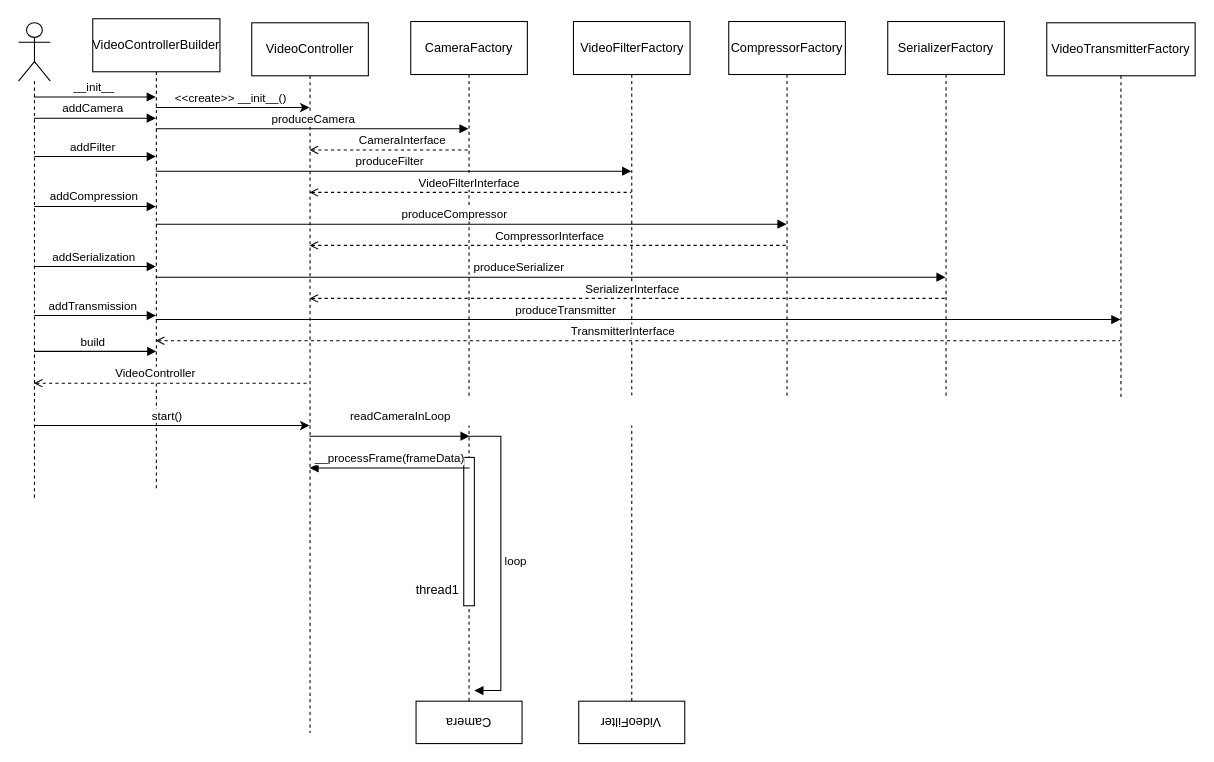
Before: page "Sequence-Diagram" (2 of 2) of Video/Architecture/Video_Architecture.drawio in Uhgtred/HomeExplorer, a draw.io diagram. Source tidied: cells renumbered, new cells numbered last; positions are measured from the earlier drawing's top-left corner, leaving out a move shared by most shapes. Both pictures are drawn from the tidied source at 106%, with x=0, y=0 at pixel (18, 18).
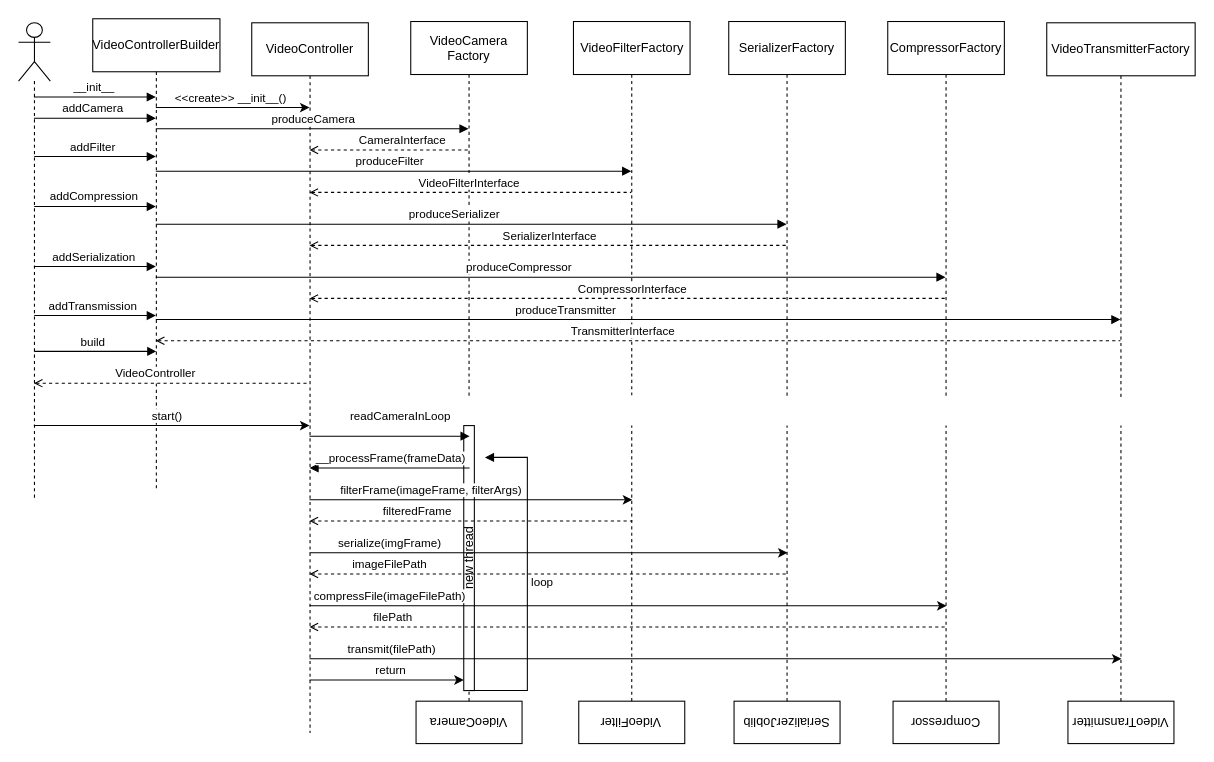
After the change.

The change refers to these unchanged cells:
```xml
<mxCell id="2" value="VideoController" style="shape=umlLifeline;perimeter=lifelinePerimeter;whiteSpace=wrap;html=1;outlineConnect=0;size=50;" parent="1" vertex="1">
  <mxGeometry x="220" y="4" width="110" height="670" as="geometry" />
</mxCell>
<mxCell id="31" style="endArrow=block;html=1;rounded=0;endFill=1;" parent="1" edge="1" source="10" target="6">
  <mxGeometry relative="1" as="geometry">
    <Array as="points">
      <mxPoint x="200" y="194" />
    </Array>
  </mxGeometry>
</mxCell>
<mxCell id="33" style="endArrow=none;dashed=1;html=1;rounded=0;startArrow=open;startFill=0;" parent="1" edge="1" source="2" target="6">
  <mxGeometry relative="1" as="geometry">
    <Array as="points">
      <mxPoint x="520" y="214" />
    </Array>
  </mxGeometry>
</mxCell>
<mxCell id="35" style="endArrow=block;html=1;rounded=0;endFill=1;" parent="1" edge="1" source="10" target="8">
  <mxGeometry relative="1" as="geometry">
    <Array as="points">
      <mxPoint x="340" y="244" />
      <mxPoint x="820" y="244" />
    </Array>
  </mxGeometry>
</mxCell>
<mxCell id="39" style="endArrow=none;dashed=1;html=1;rounded=0;startArrow=open;startFill=0;" parent="1" edge="1" source="2" target="8">
  <mxGeometry relative="1" as="geometry">
    <Array as="points">
      <mxPoint x="510" y="264" />
    </Array>
  </mxGeometry>
</mxCell>
<mxCell id="54" value="VideoFilter" style="shape=umlLifeline;perimeter=lifelinePerimeter;whiteSpace=wrap;html=1;outlineConnect=0;rotation=-180;" parent="1" vertex="1">
  <mxGeometry x="528.5" y="384" width="100" height="300" as="geometry" />
</mxCell>
<mxCell id="55" style="endArrow=none;startArrow=block;endFill=0;startFill=1;html=1;rounded=0;" parent="1" edge="1" source="2" target="49">
  <mxGeometry relative="1" as="geometry">
    <Array as="points">
      <mxPoint x="350" y="424" />
      <mxPoint x="410" y="424" />
    </Array>
  </mxGeometry>
</mxCell>
```

What changed in the source:
```diff
@@
-    <mxCell id="4" value="CameraFactory" style="shape=umlLifeline;perimeter=lifelinePerimeter;whiteSpace=wrap;html=1;outlineConnect=0;size=50;" parent="1" vertex="1">
+    <mxCell id="4" value="VideoCamera&lt;br&gt;Factory" style="shape=umlLifeline;perimeter=lifelinePerimeter;whiteSpace=wrap;html=1;outlineConnect=0;size=50;" parent="1" vertex="1">
       <mxGeometry x="370" y="2.8" width="110" height="355" as="geometry" />
     </mxCell>
@@
-    <mxCell id="6" value="CompressorFactory" style="shape=umlLifeline;perimeter=lifelinePerimeter;whiteSpace=wrap;html=1;outlineConnect=0;size=50;" parent="1" vertex="1">
+    <mxCell id="6" value="SerializerFactory" style="shape=umlLifeline;perimeter=lifelinePerimeter;whiteSpace=wrap;html=1;outlineConnect=0;size=50;" parent="1" vertex="1">
       <mxGeometry x="670" y="2.8" width="110" height="355" as="geometry" />
     </mxCell>
@@
-    <mxCell id="8" value="SerializerFactory" style="shape=umlLifeline;perimeter=lifelinePerimeter;whiteSpace=wrap;html=1;outlineConnect=0;size=50;" parent="1" vertex="1">
+    <mxCell id="8" value="CompressorFactory" style="shape=umlLifeline;perimeter=lifelinePerimeter;whiteSpace=wrap;html=1;outlineConnect=0;size=50;" parent="1" vertex="1">
       <mxGeometry x="820" y="2.8" width="110" height="355" as="geometry" />
     </mxCell>
@@
-    <mxCell id="32" value="produceCompressor" style="edgeLabel;html=1;align=center;verticalAlign=middle;" parent="31" vertex="1">
+    <mxCell id="32" value="produceSerializer" style="edgeLabel;html=1;align=center;verticalAlign=middle;" parent="31" vertex="1">
       <mxGeometry x="-0.64" y="-3" relative="1" as="geometry">
         <mxPoint x="174" y="-13" as="offset" />
       </mxGeometry>
     </mxCell>
@@
-    <mxCell id="34" value="CompressorInterface" style="edgeLabel;html=1;align=center;verticalAlign=middle;" parent="33" vertex="1">
+    <mxCell id="34" value="SerializerInterface" style="edgeLabel;html=1;align=center;verticalAlign=middle;" parent="33" vertex="1">
       <mxGeometry x="0.18" y="-1" relative="1" as="geometry">
         <mxPoint x="-40" y="-11" as="offset" />
       </mxGeometry>
     </mxCell>
@@
-    <mxCell id="36" value="produceSerializer" style="edgeLabel;html=1;align=center;verticalAlign=middle;" parent="35" vertex="1">
+    <mxCell id="36" value="produceCompressor" style="edgeLabel;html=1;align=center;verticalAlign=middle;" parent="35" vertex="1">
       <mxGeometry x="0.71" y="1" relative="1" as="geometry">
         <mxPoint x="-295" y="-9" as="offset" />
       </mxGeometry>
     </mxCell>
@@
-    <mxCell id="40" value="SerializerInterface" style="edgeLabel;html=1;align=center;verticalAlign=middle;" parent="39" vertex="1">
+    <mxCell id="40" value="CompressorInterface" style="edgeLabel;html=1;align=center;verticalAlign=middle;" parent="39" vertex="1">
       <mxGeometry x="0.15" y="1" relative="1" as="geometry">
         <mxPoint x="-41" y="-9" as="offset" />
       </mxGeometry>
     </mxCell>
@@
-    <mxCell id="49" value="Camera" style="shape=umlLifeline;perimeter=lifelinePerimeter;whiteSpace=wrap;html=1;outlineConnect=0;rotation=-180;" parent="1" vertex="1">
+    <mxCell id="49" value="VideoCamera" style="shape=umlLifeline;perimeter=lifelinePerimeter;whiteSpace=wrap;html=1;outlineConnect=0;rotation=-180;" parent="1" vertex="1">
       <mxGeometry x="375" y="384" width="100" height="300" as="geometry" />
     </mxCell>
-    <mxCell id="50" value="loop" style="edgeStyle=orthogonalEdgeStyle;html=1;align=left;spacingLeft=2;endArrow=block;rounded=0;" parent="49" edge="1">
-      <mxGeometry relative="1" as="geometry">
-        <mxPoint x="50" y="10" as="sourcePoint" />
-        <mxPoint x="55" y="250" as="targetPoint" />
-        <Array as="points">
-          <mxPoint x="80" y="10" />
-          <mxPoint x="80" y="250" />
-          <mxPoint x="55" y="250" />
-        </Array>
-      </mxGeometry>
-    </mxCell>
-    <mxCell id="51" style="html=1;perimeter=orthogonalPerimeter;" parent="49" vertex="1">
-      <mxGeometry x="45" y="30" width="10" height="140" as="geometry" />
+    <mxCell id="51" style="html=1;perimeter=orthogonalPerimeter;verticalAlign=middle;rotation=0;" parent="49" vertex="1">
+      <mxGeometry x="45" width="10" height="250" as="geometry" />
     </mxCell>
-    <mxCell id="52" value="thread1" style="text;html=1;align=center;verticalAlign=middle;strokeColor=none;fillColor=none;" parent="49" vertex="1">
-      <mxGeometry x="-10" y="140" width="60" height="30" as="geometry" />
-    </mxCell>
+    <mxCell id="57" value="new thread" style="text;html=1;strokeColor=none;fillColor=none;align=center;verticalAlign=middle;whiteSpace=wrap;rounded=0;rotation=-90;" parent="49" vertex="1">
+      <mxGeometry x="5" y="110" width="90" height="30" as="geometry" />
+    </mxCell>
@@
     <mxCell id="56" value="__processFrame(frameData)" style="edgeLabel;html=1;align=center;verticalAlign=middle;" parent="55" vertex="1">
       <mxGeometry x="-0.11" relative="1" as="geometry">
-        <mxPoint x="8" y="-10" as="offset" />
+        <mxPoint x="9" y="-10" as="offset" />
       </mxGeometry>
     </mxCell>
+    <mxCell id="50" value="loop" style="edgeStyle=orthogonalEdgeStyle;html=1;align=left;spacingLeft=2;endArrow=block;rounded=0;" parent="1" edge="1" source="49">
+      <mxGeometry relative="1" as="geometry">
+        <mxPoint x="440" y="414" as="targetPoint" />
+        <Array as="points">
+          <mxPoint x="480" y="634" />
+          <mxPoint x="480" y="414" />
+        </Array>
+      </mxGeometry>
+    </mxCell>
+    <mxCell id="58" style="endArrow=classic;html=1;rounded=0;" parent="1" edge="1" source="2" target="54">
+      <mxGeometry relative="1" as="geometry">
+        <Array as="points">
+          <mxPoint x="480" y="454" />
+        </Array>
+      </mxGeometry>
+    </mxCell>
+    <mxCell id="59" value="filterFrame(imageFrame, filterArgs)" style="edgeLabel;html=1;align=center;verticalAlign=middle;" parent="58" vertex="1">
+      <mxGeometry x="-0.25" relative="1" as="geometry">
+        <mxPoint y="-10" as="offset" />
+      </mxGeometry>
+    </mxCell>
+    <mxCell id="60" style="endArrow=none;dashed=1;html=1;rounded=0;startArrow=open;startFill=0;" parent="1" edge="1" source="2" target="54">
+      <mxGeometry relative="1" as="geometry">
+        <Array as="points">
+          <mxPoint x="400" y="474" />
+          <mxPoint x="520" y="474" />
+        </Array>
+      </mxGeometry>
+    </mxCell>
+    <mxCell id="61" value="filteredFrame" style="edgeLabel;html=1;align=center;verticalAlign=middle;" parent="60" vertex="1">
+      <mxGeometry x="0.23" y="-2" relative="1" as="geometry">
+        <mxPoint x="-86" y="-12" as="offset" />
+      </mxGeometry>
+    </mxCell>
+    <mxCell id="62" value="SerializerJoblib" style="shape=umlLifeline;perimeter=lifelinePerimeter;whiteSpace=wrap;html=1;outlineConnect=0;rotation=-180;" parent="1" vertex="1">
+      <mxGeometry x="675" y="384" width="100" height="300" as="geometry" />
+    </mxCell>
+    <mxCell id="63" style="endArrow=classic;html=1;rounded=0;" parent="1" edge="1" source="2" target="62">
+      <mxGeometry relative="1" as="geometry">
+        <Array as="points">
+          <mxPoint x="590" y="504" />
+        </Array>
+      </mxGeometry>
+    </mxCell>
+    <mxCell id="64" value="serialize(imgFrame)" style="edgeLabel;html=1;align=center;verticalAlign=middle;" parent="63" vertex="1">
+      <mxGeometry x="0.53" y="-3" relative="1" as="geometry">
+        <mxPoint x="-270" y="-13" as="offset" />
+      </mxGeometry>
+    </mxCell>
+    <mxCell id="65" style="endArrow=none;dashed=1;html=1;rounded=0;startArrow=open;startFill=0;" parent="1" edge="1" source="2" target="62">
+      <mxGeometry relative="1" as="geometry">
+        <Array as="points">
+          <mxPoint x="530" y="524" />
+        </Array>
+      </mxGeometry>
+    </mxCell>
+    <mxCell id="66" value="imageFilePath" style="edgeLabel;html=1;align=center;verticalAlign=middle;" parent="65" vertex="1">
+      <mxGeometry x="0.23" y="-1" relative="1" as="geometry">
+        <mxPoint x="-202" y="-11" as="offset" />
+      </mxGeometry>
+    </mxCell>
+    <mxCell id="67" style="endArrow=classic;html=1;rounded=0;" parent="1" edge="1" source="2" target="69">
+      <mxGeometry relative="1" as="geometry">
+        <Array as="points">
+          <mxPoint x="780" y="554" />
+        </Array>
+      </mxGeometry>
+    </mxCell>
+    <mxCell id="68" value="compressFile(imageFilePath)" style="edgeLabel;html=1;align=center;verticalAlign=middle;" parent="67" vertex="1">
+      <mxGeometry x="0.56" y="-2" relative="1" as="geometry">
+        <mxPoint x="-394" y="-12" as="offset" />
+      </mxGeometry>
+    </mxCell>
+    <mxCell id="69" value="Compressor" style="shape=umlLifeline;perimeter=lifelinePerimeter;whiteSpace=wrap;html=1;outlineConnect=0;rotation=-180;" parent="1" vertex="1">
+      <mxGeometry x="825" y="384" width="100" height="300" as="geometry" />
+    </mxCell>
+    <mxCell id="70" style="endArrow=none;dashed=1;html=1;rounded=0;startArrow=open;startFill=0;" parent="1" edge="1" source="2" target="69">
+      <mxGeometry relative="1" as="geometry">
+        <Array as="points">
+          <mxPoint x="660" y="574" />
+        </Array>
+      </mxGeometry>
+    </mxCell>
+    <mxCell id="71" value="filePath" style="edgeLabel;html=1;align=center;verticalAlign=middle;" parent="70" vertex="1">
+      <mxGeometry x="0.22" y="-2" relative="1" as="geometry">
+        <mxPoint x="-289" y="-12" as="offset" />
+      </mxGeometry>
+    </mxCell>
+    <mxCell id="72" style="endArrow=classic;html=1;rounded=0;" parent="1" edge="1" source="2" target="74">
+      <mxGeometry relative="1" as="geometry">
+        <Array as="points">
+          <mxPoint x="990" y="604" />
+        </Array>
+      </mxGeometry>
+    </mxCell>
+    <mxCell id="73" value="transmit(filePath)" style="edgeLabel;html=1;align=center;verticalAlign=middle;" parent="72" vertex="1">
+      <mxGeometry x="0.78" y="-2" relative="1" as="geometry">
+        <mxPoint x="-605" y="-12" as="offset" />
+      </mxGeometry>
+    </mxCell>
+    <mxCell id="74" value="VideoTransmitter" style="shape=umlLifeline;perimeter=lifelinePerimeter;whiteSpace=wrap;html=1;outlineConnect=0;rotation=-180;" parent="1" vertex="1">
+      <mxGeometry x="990" y="384" width="100" height="300" as="geometry" />
+    </mxCell>
+    <mxCell id="75" style="endArrow=classic;html=1;rounded=0;" parent="1" edge="1" source="2">
+      <mxGeometry relative="1" as="geometry">
+        <mxPoint x="420" y="624" as="targetPoint" />
+        <Array as="points">
+          <mxPoint x="390" y="624" />
+        </Array>
+      </mxGeometry>
+    </mxCell>
+    <mxCell id="76" value="return" style="edgeLabel;html=1;align=center;verticalAlign=middle;" parent="75" vertex="1">
+      <mxGeometry x="-0.57" y="-5" relative="1" as="geometry">
+        <mxPoint x="45" y="-15" as="offset" />
+      </mxGeometry>
+    </mxCell>
```
